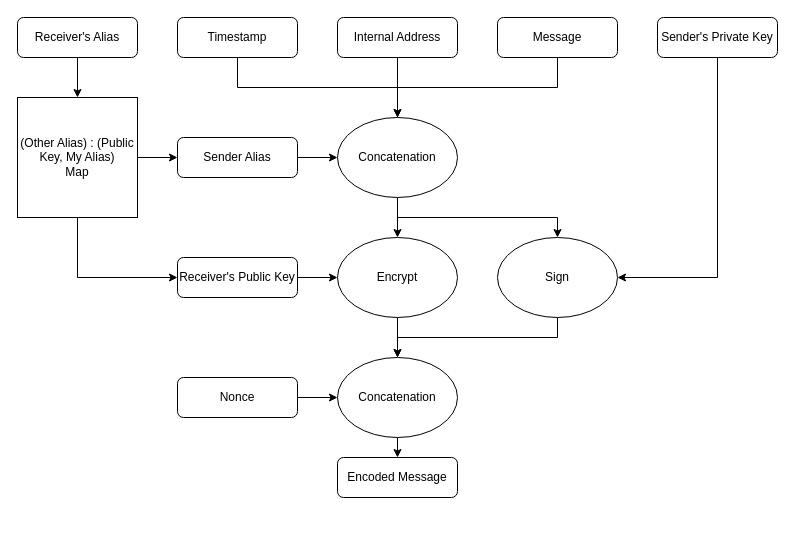
This is encode.drawio from shinymonitor/EFPIX, a draw.io file, before an edit. Source tidied: cells renumbered, new cells numbered last; positions are measured from the earlier drawing's top-left corner, leaving out a move shared by most shapes. Both pictures are drawn from the tidied source at 100%, with x=0, y=0 at pixel (17, 17).
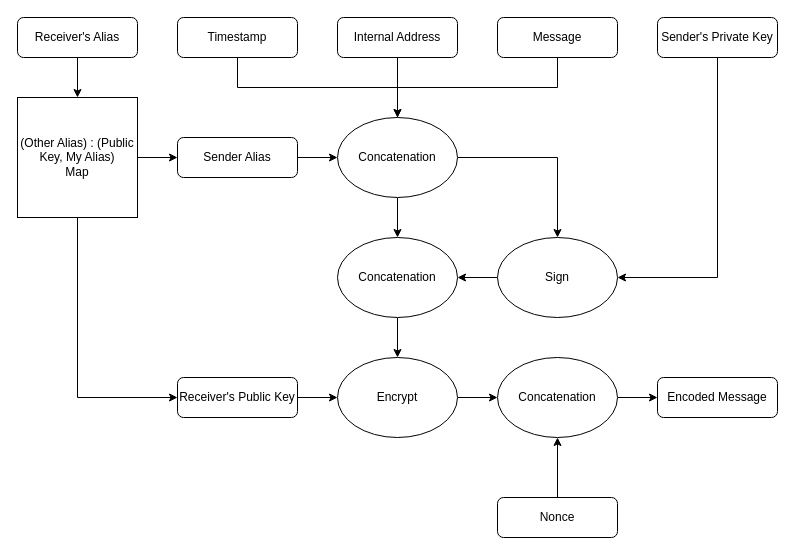
Above is the later version.

Unchanged cells that the change refers to:
```xml
<mxCell id="9" value="Message" style="rounded=1;whiteSpace=wrap;html=1;" parent="1" vertex="1">
  <mxGeometry x="480" width="120" height="40" as="geometry" />
</mxCell>
<mxCell id="17" value="Concatenation" style="ellipse;whiteSpace=wrap;html=1;" parent="1" vertex="1">
  <mxGeometry x="320" y="100" width="120" height="80" as="geometry" />
</mxCell>
<mxCell id="25" value="&lt;div&gt;Sign&lt;/div&gt;" style="ellipse;whiteSpace=wrap;html=1;" parent="1" vertex="1">
  <mxGeometry x="480" y="220" width="120" height="80" as="geometry" />
</mxCell>
```

The edit, as a diff of the source:
```diff
@@
-    <mxCell id="8" style="edgeStyle=orthogonalEdgeStyle;rounded=0;jettySize=auto;html=1;exitX=0.5;exitY=1;exitDx=0;exitDy=0;" parent="1" edge="1" source="9">
-      <mxGeometry relative="1" as="geometry">
-        <mxPoint x="380" y="120" as="targetPoint" />
-        <Array as="points">
-          <mxPoint x="540" y="70" />
-          <mxPoint x="380" y="70" />
-        </Array>
-      </mxGeometry>
-    </mxCell>
+    <mxCell id="31" style="edgeStyle=orthogonalEdgeStyle;rounded=0;jettySize=auto;html=1;exitX=0.5;exitY=1;exitDx=0;exitDy=0;" parent="1" edge="1" source="9">
+      <mxGeometry relative="1" as="geometry">
+        <mxPoint x="380" y="120" as="targetPoint" />
+        <Array as="points">
+          <mxPoint x="540" y="70" />
+          <mxPoint x="380" y="70" />
+        </Array>
+      </mxGeometry>
+    </mxCell>
@@
-    <mxCell id="15" style="edgeStyle=orthogonalEdgeStyle;rounded=0;jettySize=auto;html=1;exitX=0.5;exitY=1;exitDx=0;exitDy=0;entryX=0.5;entryY=0;entryDx=0;entryDy=0;" parent="1" edge="1" source="17" target="23">
-      <mxGeometry relative="1" as="geometry" />
-    </mxCell>
-    <mxCell id="16" style="edgeStyle=orthogonalEdgeStyle;rounded=0;jettySize=auto;html=1;exitX=0.5;exitY=1;exitDx=0;exitDy=0;entryX=0.5;entryY=0;entryDx=0;entryDy=0;" parent="1" edge="1" source="17" target="25">
+    <mxCell id="16" style="edgeStyle=orthogonalEdgeStyle;rounded=0;jettySize=auto;html=1;exitX=1;exitY=0.5;exitDx=0;exitDy=0;entryX=0.5;entryY=0;entryDx=0;entryDy=0;" parent="1" edge="1" source="17" target="25">
       <mxGeometry relative="1" as="geometry" />
     </mxCell>
+    <mxCell id="32" style="edgeStyle=orthogonalEdgeStyle;rounded=0;jettySize=auto;html=1;exitX=0.5;exitY=1;exitDx=0;exitDy=0;entryX=0.5;entryY=0;entryDx=0;entryDy=0;" parent="1" edge="1" source="17" target="39">
+      <mxGeometry relative="1" as="geometry" />
+    </mxCell>
@@
     <mxCell id="19" value="&lt;div&gt;Receiver's Public Key&lt;/div&gt;" style="rounded=1;whiteSpace=wrap;html=1;" parent="1" vertex="1">
-      <mxGeometry x="160" y="240" width="120" height="40" as="geometry" />
+      <mxGeometry x="160" y="360" width="120" height="40" as="geometry" />
     </mxCell>
@@
-    <mxCell id="22" style="edgeStyle=orthogonalEdgeStyle;rounded=0;jettySize=auto;html=1;exitX=0.5;exitY=1;exitDx=0;exitDy=0;entryX=0.5;entryY=0;entryDx=0;entryDy=0;" parent="1" edge="1" source="23" target="27">
-      <mxGeometry relative="1" as="geometry" />
-    </mxCell>
+    <mxCell id="33" style="edgeStyle=orthogonalEdgeStyle;rounded=0;jettySize=auto;html=1;exitX=1;exitY=0.5;exitDx=0;exitDy=0;entryX=0;entryY=0.5;entryDx=0;entryDy=0;" parent="1" edge="1" source="23" target="36">
+      <mxGeometry relative="1" as="geometry" />
+    </mxCell>
     <mxCell id="23" value="Encrypt" style="ellipse;whiteSpace=wrap;html=1;" parent="1" vertex="1">
-      <mxGeometry x="320" y="220" width="120" height="80" as="geometry" />
+      <mxGeometry x="320" y="340" width="120" height="80" as="geometry" />
     </mxCell>
-    <mxCell id="24" style="edgeStyle=orthogonalEdgeStyle;rounded=0;jettySize=auto;html=1;exitX=0.5;exitY=1;exitDx=0;exitDy=0;entryX=0.5;entryY=0;entryDx=0;entryDy=0;" parent="1" edge="1" source="25" target="27">
-      <mxGeometry relative="1" as="geometry" />
-    </mxCell>
+    <mxCell id="34" style="edgeStyle=orthogonalEdgeStyle;rounded=0;jettySize=auto;html=1;exitX=0;exitY=0.5;exitDx=0;exitDy=0;entryX=1;entryY=0.5;entryDx=0;entryDy=0;" parent="1" edge="1" source="25" target="39">
+      <mxGeometry relative="1" as="geometry" />
+    </mxCell>
@@
-    <mxCell id="26" style="edgeStyle=orthogonalEdgeStyle;rounded=0;jettySize=auto;html=1;exitX=0.5;exitY=1;exitDx=0;exitDy=0;entryX=0.5;entryY=0;entryDx=0;entryDy=0;" parent="1" edge="1" source="27" target="30">
-      <mxGeometry relative="1" as="geometry" />
-    </mxCell>
-    <mxCell id="27" value="Concatenation" style="ellipse;whiteSpace=wrap;html=1;" parent="1" vertex="1">
-      <mxGeometry x="320" y="340" width="120" height="80" as="geometry" />
-    </mxCell>
-    <mxCell id="28" style="edgeStyle=orthogonalEdgeStyle;rounded=0;jettySize=auto;html=1;exitX=1;exitY=0.5;exitDx=0;exitDy=0;entryX=0;entryY=0.5;entryDx=0;entryDy=0;" parent="1" edge="1" source="29" target="27">
-      <mxGeometry relative="1" as="geometry" />
-    </mxCell>
+    <mxCell id="35" style="edgeStyle=orthogonalEdgeStyle;rounded=0;jettySize=auto;html=1;exitX=1;exitY=0.5;exitDx=0;exitDy=0;entryX=0;entryY=0.5;entryDx=0;entryDy=0;" parent="1" edge="1" source="36" target="30">
+      <mxGeometry relative="1" as="geometry" />
+    </mxCell>
+    <mxCell id="36" value="Concatenation" style="ellipse;whiteSpace=wrap;html=1;" parent="1" vertex="1">
+      <mxGeometry x="480" y="340" width="120" height="80" as="geometry" />
+    </mxCell>
+    <mxCell id="37" style="edgeStyle=orthogonalEdgeStyle;rounded=0;jettySize=auto;html=1;exitX=0.5;exitY=0;exitDx=0;exitDy=0;entryX=0.5;entryY=1;entryDx=0;entryDy=0;" parent="1" edge="1" source="29" target="36">
+      <mxGeometry relative="1" as="geometry" />
+    </mxCell>
     <mxCell id="29" value="Nonce" style="rounded=1;whiteSpace=wrap;html=1;" parent="1" vertex="1">
-      <mxGeometry x="160" y="360" width="120" height="40" as="geometry" />
+      <mxGeometry x="480" y="480" width="120" height="40" as="geometry" />
     </mxCell>
     <mxCell id="30" value="&lt;div&gt;Encoded Message&lt;/div&gt;" style="rounded=1;whiteSpace=wrap;html=1;" parent="1" vertex="1">
-      <mxGeometry x="320" y="440" width="120" height="40" as="geometry" />
+      <mxGeometry x="640" y="360" width="120" height="40" as="geometry" />
     </mxCell>
+    <mxCell id="38" style="edgeStyle=orthogonalEdgeStyle;rounded=0;jettySize=auto;html=1;exitX=0.5;exitY=1;exitDx=0;exitDy=0;entryX=0.5;entryY=0;entryDx=0;entryDy=0;" parent="1" edge="1" source="39" target="23">
+      <mxGeometry relative="1" as="geometry" />
+    </mxCell>
+    <mxCell id="39" value="Concatenation" style="ellipse;whiteSpace=wrap;html=1;" parent="1" vertex="1">
+      <mxGeometry x="320" y="220" width="120" height="80" as="geometry" />
+    </mxCell>
```
